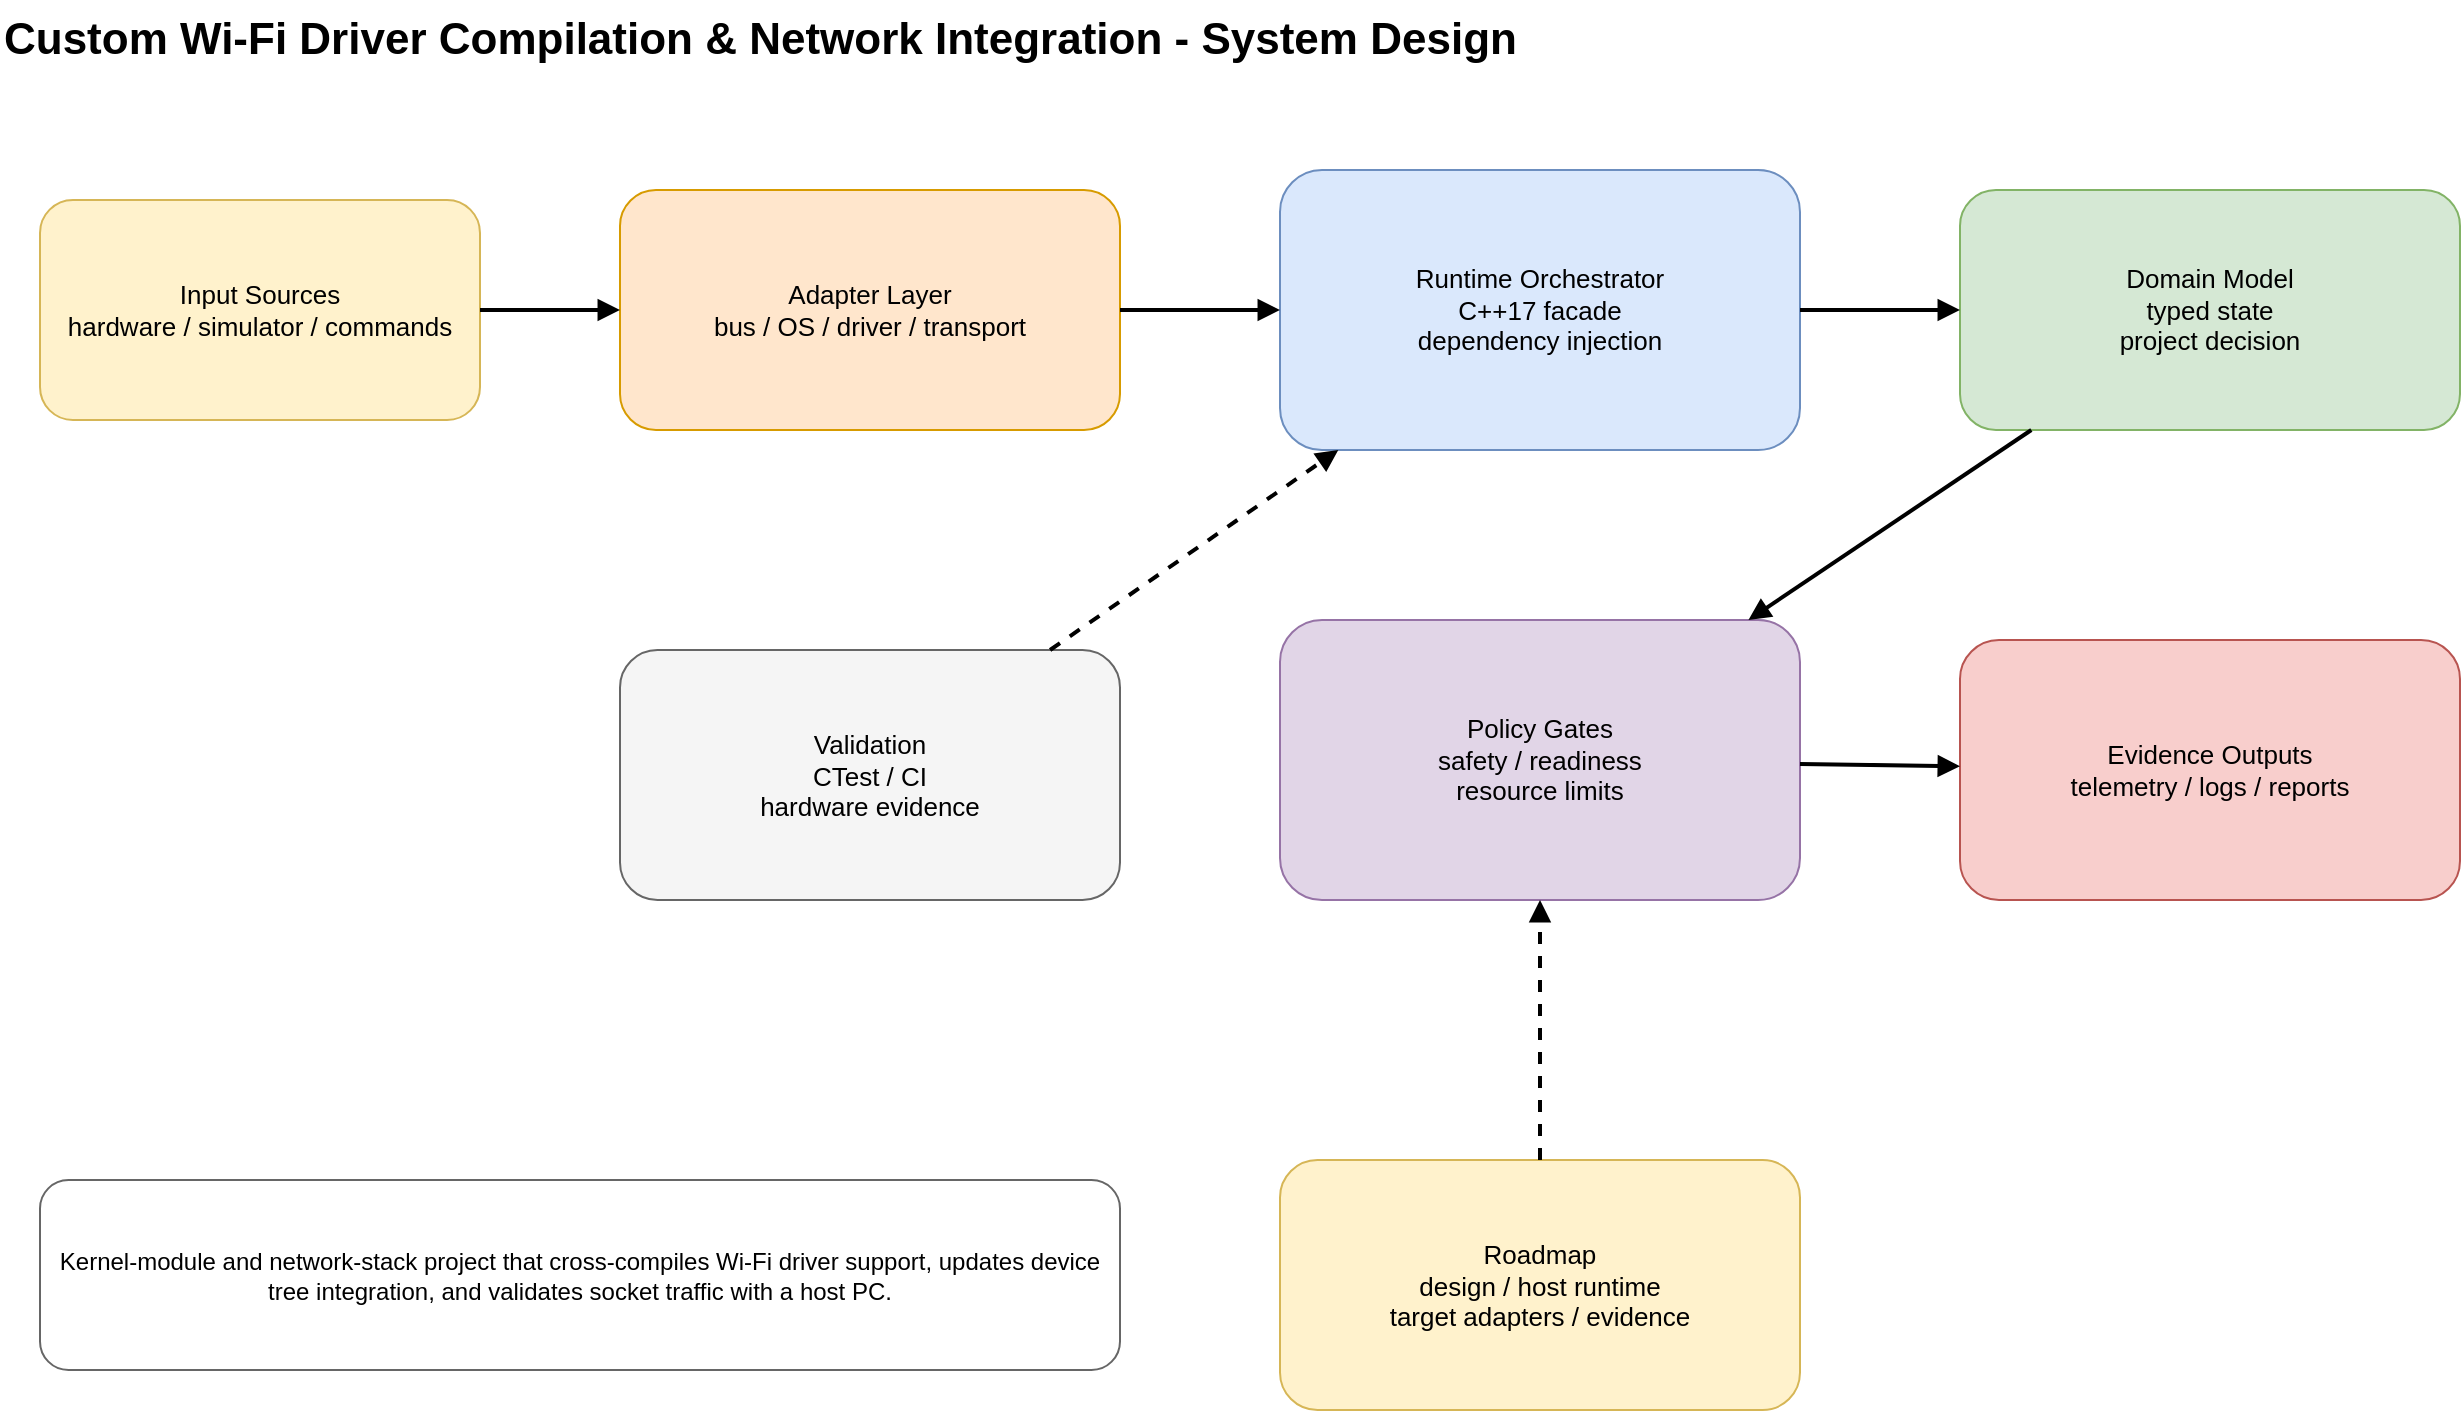
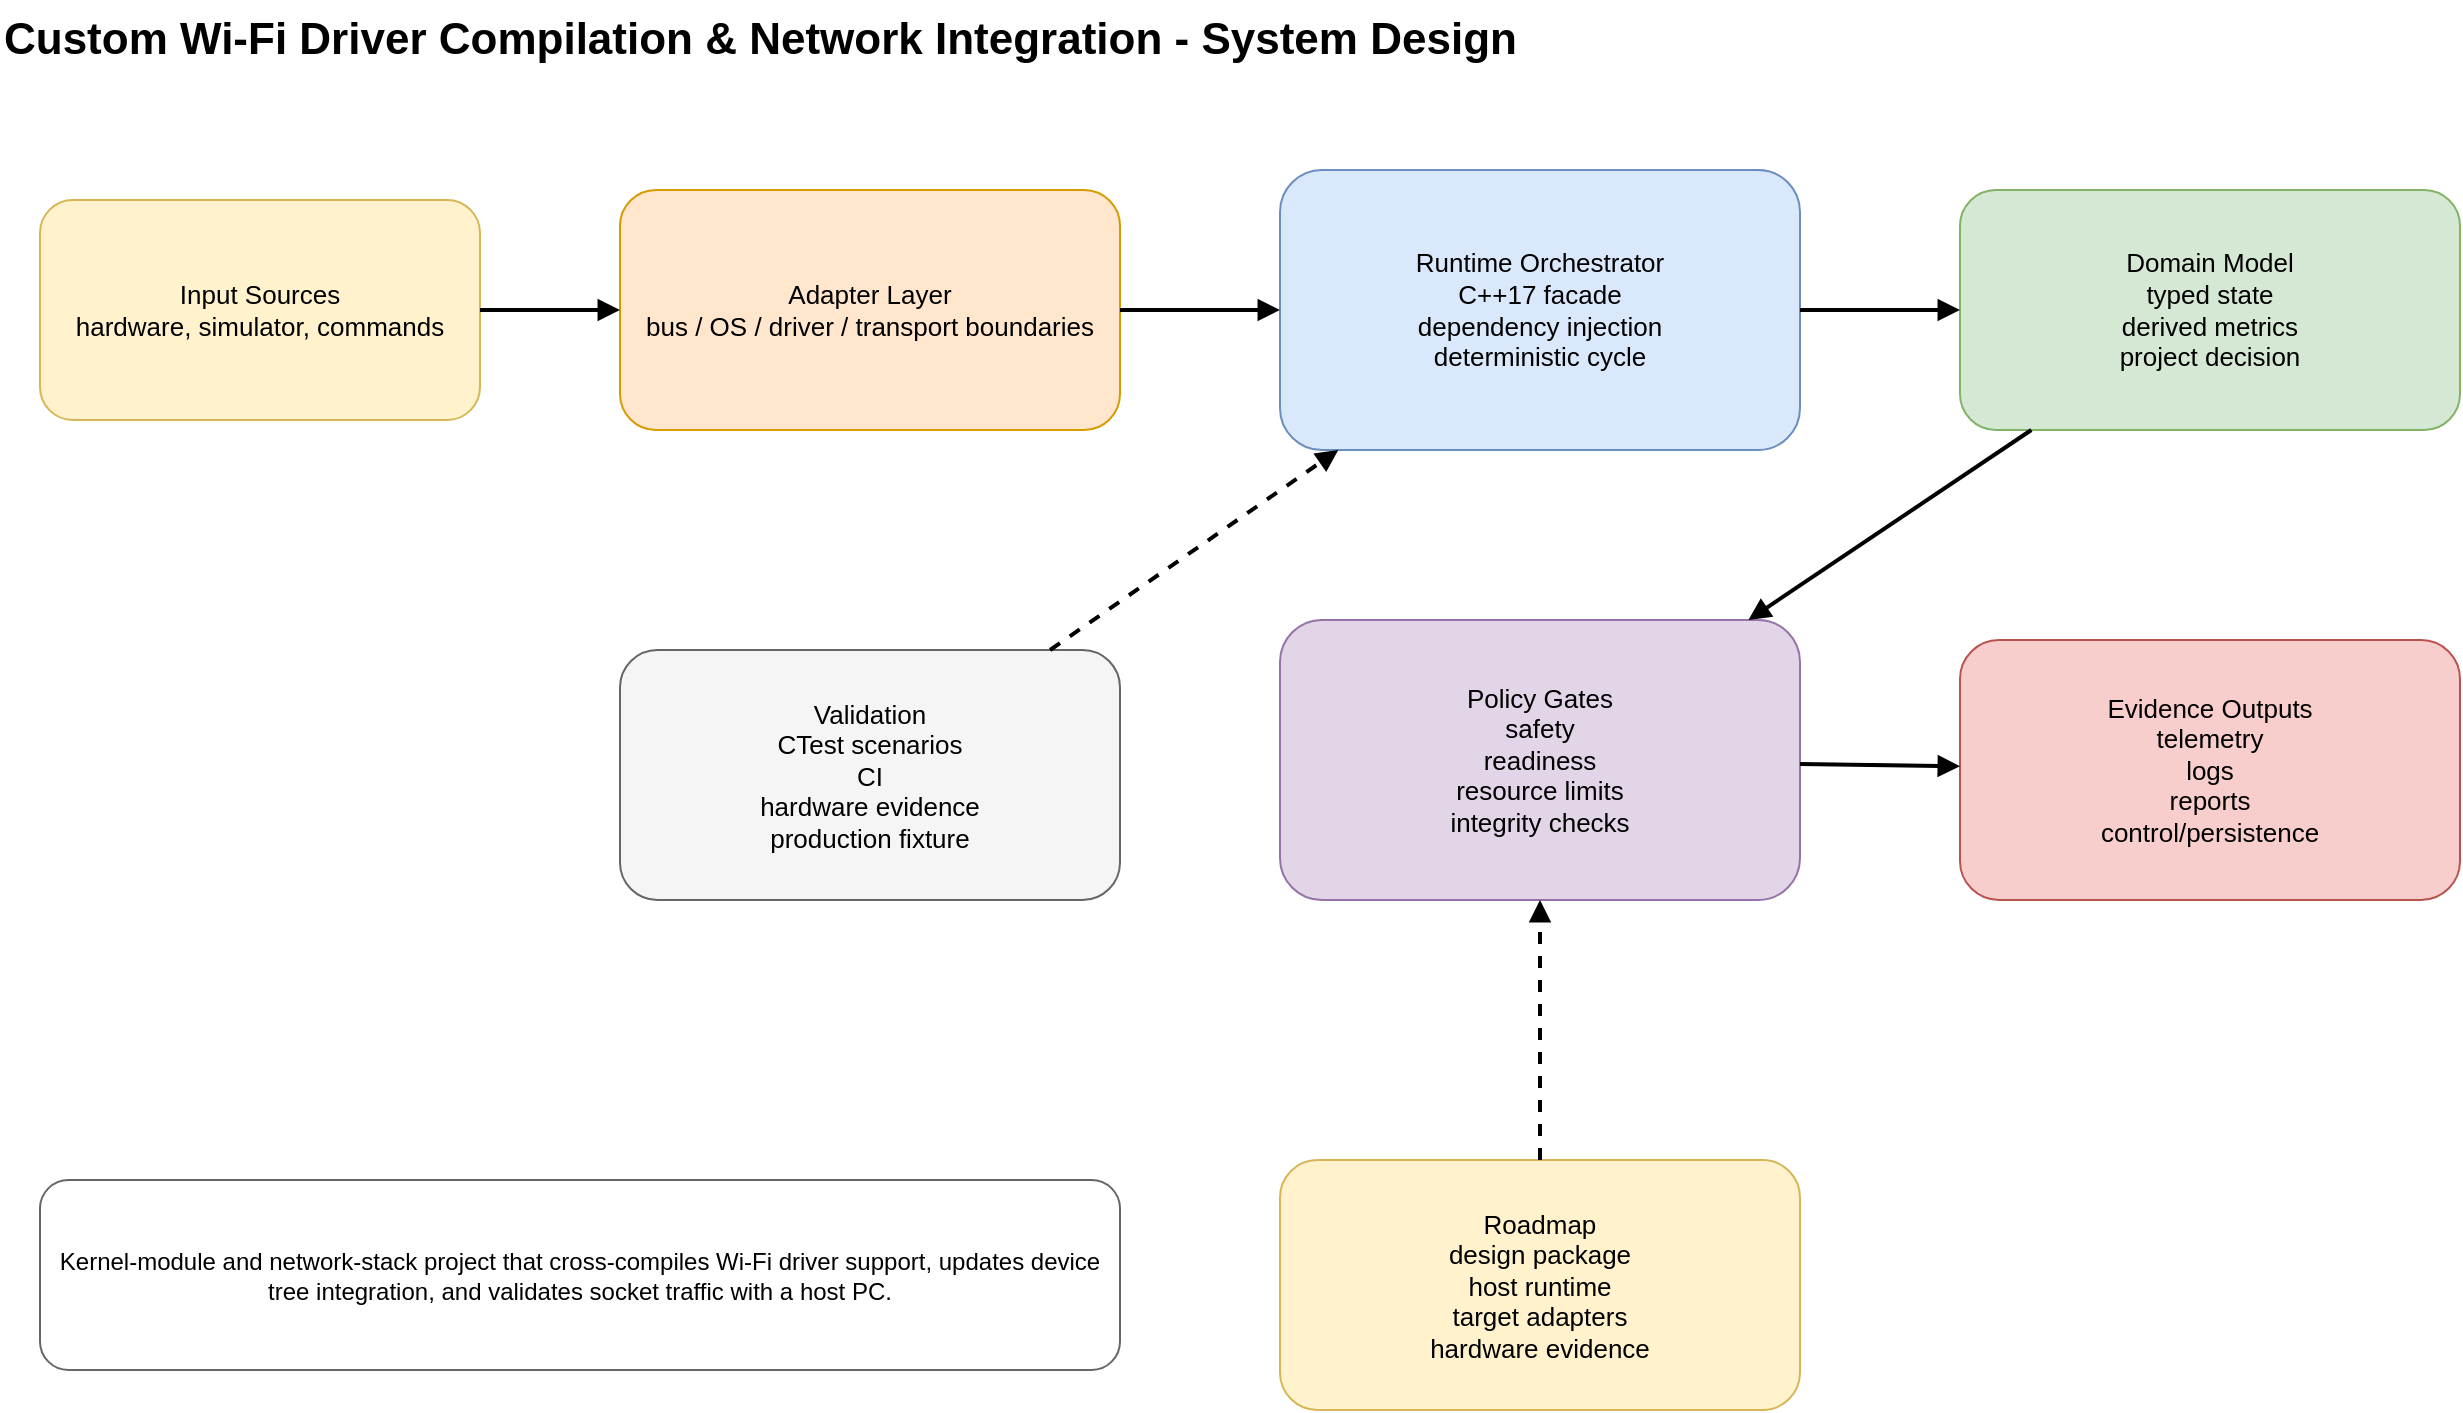
- <mxfile host="app.diagrams.net"><diagram id="custom-wifi-driver-network-integration-system-design" name="System Design"><mxGraphModel dx="1422" dy="794" grid="1" gridSize="10" guides="1" tooltips="1" connect="1" arrows="1" fold="1" page="1" pageScale="1" pageWidth="1400" pageHeight="900" math="0" shadow="0"><root><mxCell id="0"/><mxCell id="1" parent="0"/><mxCell id="title" value="Custom Wi-Fi Driver Compilation &amp; Network Integration - System Design" style="text;html=1;strokeColor=none;fillColor=none;fontSize=22;fontStyle=1" vertex="1" parent="1"><mxGeometry x="40" y="20" width="780" height="40" as="geometry"/></mxCell><mxCell id="input" value="Input Sources&#xa;hardware / simulator / commands" style="rounded=1;whiteSpace=wrap;html=1;fillColor=#fff2cc;strokeColor=#d6b656;fontSize=13" vertex="1" parent="1"><mxGeometry x="60" y="120" width="220" height="110" as="geometry"/></mxCell><mxCell id="adapter" value="Adapter Layer&#xa;bus / OS / driver / transport" style="rounded=1;whiteSpace=wrap;html=1;fillColor=#ffe6cc;strokeColor=#d79b00;fontSize=13" vertex="1" parent="1"><mxGeometry x="350" y="115" width="250" height="120" as="geometry"/></mxCell><mxCell id="runtime" value="Runtime Orchestrator&#xa;C++17 facade&#xa;dependency injection" style="rounded=1;whiteSpace=wrap;html=1;fillColor=#dae8fc;strokeColor=#6c8ebf;fontSize=13" vertex="1" parent="1"><mxGeometry x="680" y="105" width="260" height="140" as="geometry"/></mxCell><mxCell id="domain" value="Domain Model&#xa;typed state&#xa;project decision" style="rounded=1;whiteSpace=wrap;html=1;fillColor=#d5e8d4;strokeColor=#82b366;fontSize=13" vertex="1" parent="1"><mxGeometry x="1020" y="115" width="250" height="120" as="geometry"/></mxCell><mxCell id="policy" value="Policy Gates&#xa;safety / readiness&#xa;resource limits" style="rounded=1;whiteSpace=wrap;html=1;fillColor=#e1d5e7;strokeColor=#9673a6;fontSize=13" vertex="1" parent="1"><mxGeometry x="680" y="330" width="260" height="140" as="geometry"/></mxCell><mxCell id="output" value="Evidence Outputs&#xa;telemetry / logs / reports" style="rounded=1;whiteSpace=wrap;html=1;fillColor=#f8cecc;strokeColor=#b85450;fontSize=13" vertex="1" parent="1"><mxGeometry x="1020" y="340" width="250" height="130" as="geometry"/></mxCell><mxCell id="tests" value="Validation&#xa;CTest / CI&#xa;hardware evidence" style="rounded=1;whiteSpace=wrap;html=1;fillColor=#f5f5f5;strokeColor=#666666;fontSize=13" vertex="1" parent="1"><mxGeometry x="350" y="345" width="250" height="125" as="geometry"/></mxCell><mxCell id="summary" value="Kernel-module and network-stack project that cross-compiles Wi-Fi driver support, updates device tree integration, and validates socket traffic with a host PC." style="rounded=1;whiteSpace=wrap;html=1;fillColor=#ffffff;strokeColor=#666666;fontSize=12" vertex="1" parent="1"><mxGeometry x="60" y="610" width="540" height="95" as="geometry"/></mxCell><mxCell id="roadmap" value="Roadmap&#xa;design / host runtime&#xa;target adapters / evidence" style="rounded=1;whiteSpace=wrap;html=1;fillColor=#fff2cc;strokeColor=#d6b656;fontSize=13" vertex="1" parent="1"><mxGeometry x="680" y="600" width="260" height="125" as="geometry"/></mxCell><mxCell id="e1" style="endArrow=block;html=1;rounded=0;strokeWidth=2" edge="1" parent="1" source="input" target="adapter"><mxGeometry relative="1" as="geometry"/></mxCell><mxCell id="e2" style="endArrow=block;html=1;rounded=0;strokeWidth=2" edge="1" parent="1" source="adapter" target="runtime"><mxGeometry relative="1" as="geometry"/></mxCell><mxCell id="e3" style="endArrow=block;html=1;rounded=0;strokeWidth=2" edge="1" parent="1" source="runtime" target="domain"><mxGeometry relative="1" as="geometry"/></mxCell><mxCell id="e4" style="endArrow=block;html=1;rounded=0;strokeWidth=2" edge="1" parent="1" source="domain" target="policy"><mxGeometry relative="1" as="geometry"/></mxCell><mxCell id="e5" style="endArrow=block;html=1;rounded=0;strokeWidth=2" edge="1" parent="1" source="policy" target="output"><mxGeometry relative="1" as="geometry"/></mxCell><mxCell id="e6" style="endArrow=block;html=1;rounded=0;strokeWidth=2;dashed=1" edge="1" parent="1" source="tests" target="runtime"><mxGeometry relative="1" as="geometry"/></mxCell><mxCell id="e7" style="endArrow=block;html=1;rounded=0;strokeWidth=2;dashed=1" edge="1" parent="1" source="roadmap" target="policy"><mxGeometry relative="1" as="geometry"/></mxCell></root></mxGraphModel></diagram></mxfile>
+ <mxfile host="app.diagrams.net">
+   <diagram id="custom-wifi-driver-network-integration-design" name="System Design">
+     <mxGraphModel dx="1422" dy="794" grid="1" gridSize="10" guides="1" tooltips="1" connect="1" arrows="1" fold="1" page="1" pageScale="1" pageWidth="1400" pageHeight="900" math="0" shadow="0">
+       <root>
+         <mxCell id="0"/>
+         <mxCell id="1" parent="0"/>
+         <mxCell id="title" value="Custom Wi-Fi Driver Compilation &amp; Network Integration - System Design" style="text;html=1;strokeColor=none;fillColor=none;fontSize=22;fontStyle=1" vertex="1" parent="1"><mxGeometry x="40" y="20" width="760" height="40" as="geometry"/></mxCell>
+         <mxCell id="input" value="Input Sources&#xa;hardware, simulator, commands" style="rounded=1;whiteSpace=wrap;html=1;fillColor=#fff2cc;strokeColor=#d6b656;fontSize=13" vertex="1" parent="1"><mxGeometry x="60" y="120" width="220" height="110" as="geometry"/></mxCell>
+         <mxCell id="adapter" value="Adapter Layer&#xa;bus / OS / driver / transport boundaries" style="rounded=1;whiteSpace=wrap;html=1;fillColor=#ffe6cc;strokeColor=#d79b00;fontSize=13" vertex="1" parent="1"><mxGeometry x="350" y="115" width="250" height="120" as="geometry"/></mxCell>
+         <mxCell id="runtime" value="Runtime Orchestrator&#xa;C++17 facade&#xa;dependency injection&#xa;deterministic cycle" style="rounded=1;whiteSpace=wrap;html=1;fillColor=#dae8fc;strokeColor=#6c8ebf;fontSize=13" vertex="1" parent="1"><mxGeometry x="680" y="105" width="260" height="140" as="geometry"/></mxCell>
+         <mxCell id="domain" value="Domain Model&#xa;typed state&#xa;derived metrics&#xa;project decision" style="rounded=1;whiteSpace=wrap;html=1;fillColor=#d5e8d4;strokeColor=#82b366;fontSize=13" vertex="1" parent="1"><mxGeometry x="1020" y="115" width="250" height="120" as="geometry"/></mxCell>
+         <mxCell id="policy" value="Policy Gates&#xa;safety&#xa;readiness&#xa;resource limits&#xa;integrity checks" style="rounded=1;whiteSpace=wrap;html=1;fillColor=#e1d5e7;strokeColor=#9673a6;fontSize=13" vertex="1" parent="1"><mxGeometry x="680" y="330" width="260" height="140" as="geometry"/></mxCell>
+         <mxCell id="output" value="Evidence Outputs&#xa;telemetry&#xa;logs&#xa;reports&#xa;control/persistence" style="rounded=1;whiteSpace=wrap;html=1;fillColor=#f8cecc;strokeColor=#b85450;fontSize=13" vertex="1" parent="1"><mxGeometry x="1020" y="340" width="250" height="130" as="geometry"/></mxCell>
+         <mxCell id="tests" value="Validation&#xa;CTest scenarios&#xa;CI&#xa;hardware evidence&#xa;production fixture" style="rounded=1;whiteSpace=wrap;html=1;fillColor=#f5f5f5;strokeColor=#666666;fontSize=13" vertex="1" parent="1"><mxGeometry x="350" y="345" width="250" height="125" as="geometry"/></mxCell>
+         <mxCell id="roadmap" value="Roadmap&#xa;design package&#xa;host runtime&#xa;target adapters&#xa;hardware evidence" style="rounded=1;whiteSpace=wrap;html=1;fillColor=#fff2cc;strokeColor=#d6b656;fontSize=13" vertex="1" parent="1"><mxGeometry x="680" y="600" width="260" height="125" as="geometry"/></mxCell>
+         <mxCell id="summary" value="Kernel-module and network-stack project that cross-compiles Wi-Fi driver support, updates device tree integration, and validates socket traffic with a host PC." style="rounded=1;whiteSpace=wrap;html=1;fillColor=#ffffff;strokeColor=#666666;fontSize=12" vertex="1" parent="1"><mxGeometry x="60" y="610" width="540" height="95" as="geometry"/></mxCell>
+         <mxCell id="e1" style="endArrow=block;html=1;rounded=0;strokeWidth=2" edge="1" parent="1" source="input" target="adapter"><mxGeometry relative="1" as="geometry"/></mxCell>
+         <mxCell id="e2" style="endArrow=block;html=1;rounded=0;strokeWidth=2" edge="1" parent="1" source="adapter" target="runtime"><mxGeometry relative="1" as="geometry"/></mxCell>
+         <mxCell id="e3" style="endArrow=block;html=1;rounded=0;strokeWidth=2" edge="1" parent="1" source="runtime" target="domain"><mxGeometry relative="1" as="geometry"/></mxCell>
+         <mxCell id="e4" style="endArrow=block;html=1;rounded=0;strokeWidth=2" edge="1" parent="1" source="domain" target="policy"><mxGeometry relative="1" as="geometry"/></mxCell>
+         <mxCell id="e5" style="endArrow=block;html=1;rounded=0;strokeWidth=2" edge="1" parent="1" source="policy" target="output"><mxGeometry relative="1" as="geometry"/></mxCell>
+         <mxCell id="e6" style="endArrow=block;html=1;rounded=0;strokeWidth=2;dashed=1" edge="1" parent="1" source="tests" target="runtime"><mxGeometry relative="1" as="geometry"/></mxCell>
+         <mxCell id="e7" style="endArrow=block;html=1;rounded=0;strokeWidth=2;dashed=1" edge="1" parent="1" source="roadmap" target="policy"><mxGeometry relative="1" as="geometry"/></mxCell>
+       </root>
+     </mxGraphModel>
+   </diagram>
+ </mxfile>
